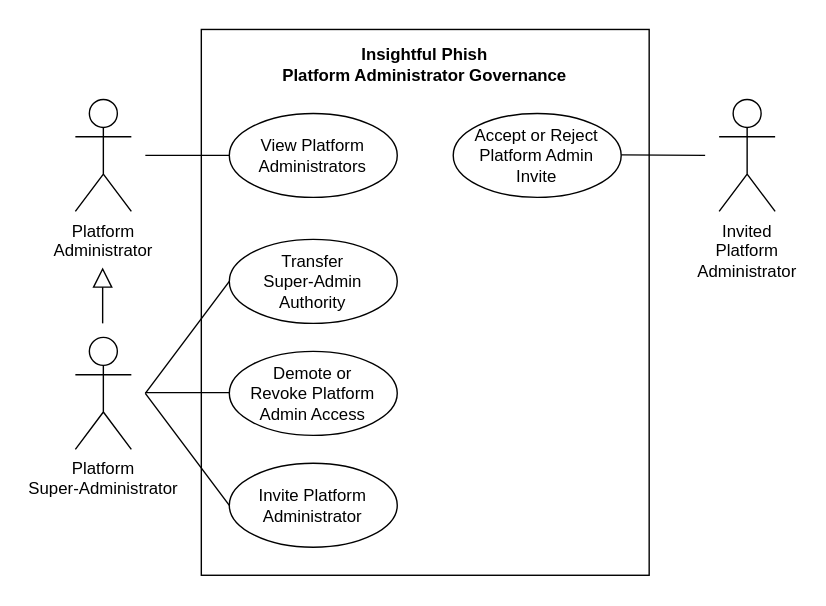
Before: docs/demo4/diagrams/srs/use-cases/platform-administrator-governance.drawio.svg, a diagram exported from draw.io (COS301-SE-2026/Cybersecurity-Awareness-Training-Platform). Source tidied: cells renumbered, new cells last; positions are measured from the earlier drawing's top-left corner, leaving out a move shared by most shapes.
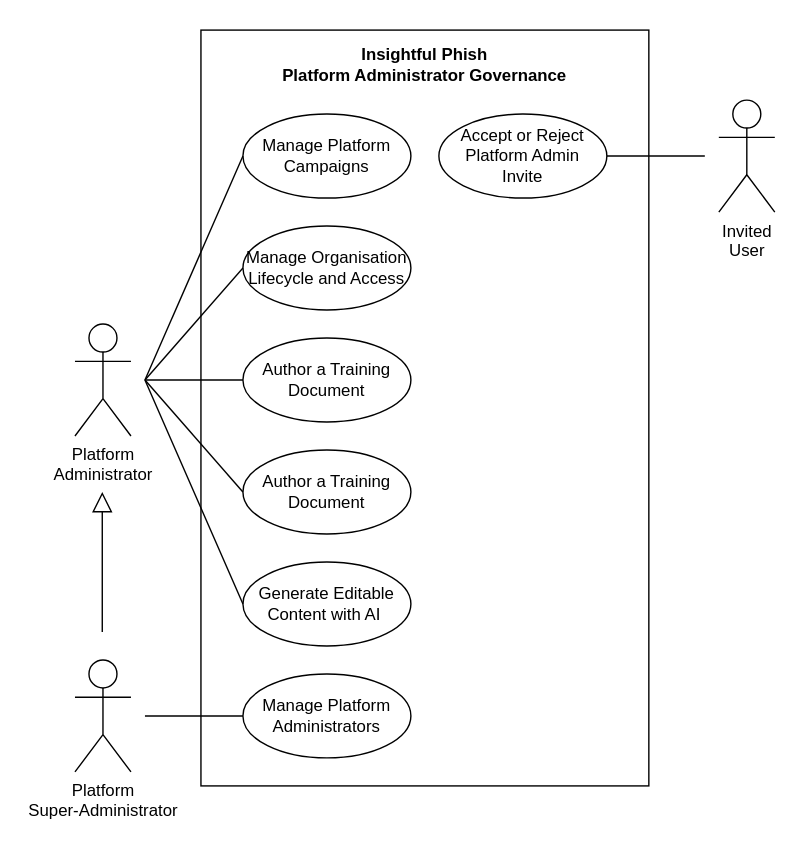
Above is the later version.

The edit, as a diff of the source:
```diff
@@ -3,67 +3,81 @@
     <mxCell id="0" />
     <mxCell id="1" parent="0" />
     <mxCell id="2" style="rounded=0;whiteSpace=wrap;html=1;fillColor=none;" parent="1" vertex="1">
-      <mxGeometry x="90" width="320" height="390" as="geometry" />
+      <mxGeometry x="90" width="320" height="540" as="geometry" />
     </mxCell>
     <mxCell id="3" value="&lt;div&gt;Platform&lt;br&gt;Administrator&lt;/div&gt;" style="shape=umlActor;verticalLabelPosition=bottom;verticalAlign=top;html=1;" parent="1" vertex="1">
-      <mxGeometry y="50" width="40" height="80" as="geometry" />
+      <mxGeometry y="210" width="40" height="80" as="geometry" />
     </mxCell>
-    <mxCell id="4" value="Transfer &lt;br&gt;Super-Admin Authority" style="ellipse;whiteSpace=wrap;html=1;" parent="1" vertex="1">
-      <mxGeometry x="110" y="150" width="120" height="60" as="geometry" />
-    </mxCell>
-    <mxCell id="5" value="View Platform Administrators" style="ellipse;whiteSpace=wrap;html=1;" parent="1" vertex="1">
-      <mxGeometry x="110" y="60" width="120" height="60" as="geometry" />
-    </mxCell>
-    <mxCell id="6" style="endArrow=none;html=1;rounded=0;entryX=0;entryY=0.5;entryDx=0;entryDy=0;" parent="1" edge="1" target="5">
-      <mxGeometry relative="1" as="geometry">
-        <mxPoint x="50" y="90" as="sourcePoint" />
-      </mxGeometry>
-    </mxCell>
     <mxCell id="7" value="&lt;p class=&quot;p1&quot;&gt;Insightful Phish&lt;br&gt;Platform Administrator Governance&lt;/p&gt;" style="text;html=1;whiteSpace=wrap;strokeColor=none;fillColor=none;align=center;verticalAlign=middle;rounded=0;fontStyle=1;" parent="1" vertex="1">
       <mxGeometry x="100" y="10" width="300" height="30" as="geometry" />
     </mxCell>
-    <mxCell id="8" value="&lt;div&gt;Invited&lt;br&gt;Platform&lt;br&gt;Administrator&lt;/div&gt;" style="shape=umlActor;verticalLabelPosition=bottom;verticalAlign=top;html=1;" parent="1" vertex="1">
+    <mxCell id="8" value="Invited&lt;br&gt;User" style="shape=umlActor;verticalLabelPosition=bottom;verticalAlign=top;html=1;" parent="1" vertex="1">
       <mxGeometry x="460" y="50" width="40" height="80" as="geometry" />
     </mxCell>
-    <mxCell id="9" style="endArrow=none;html=1;rounded=0;" parent="1" edge="1">
+    <mxCell id="9" style="endArrow=none;html=1;rounded=0;exitX=1;exitY=0.5;exitDx=0;exitDy=0;" parent="1" edge="1" source="12">
       <mxGeometry relative="1" as="geometry">
-        <mxPoint x="390" y="89.6" as="sourcePoint" />
         <mxPoint x="450" y="90" as="targetPoint" />
       </mxGeometry>
     </mxCell>
     <mxCell id="10" value="Platform&lt;br&gt;Super-Administrator" style="shape=umlActor;verticalLabelPosition=bottom;verticalAlign=top;html=1;" parent="1" vertex="1">
-      <mxGeometry y="220" width="40" height="80" as="geometry" />
+      <mxGeometry y="450" width="40" height="80" as="geometry" />
     </mxCell>
-    <mxCell id="11" value="Demote or&lt;br&gt;Revoke Platform Admin Access" style="ellipse;whiteSpace=wrap;html=1;" parent="1" vertex="1">
-      <mxGeometry x="110" y="230" width="120" height="60" as="geometry" />
-    </mxCell>
     <mxCell id="12" value="Accept or Reject Platform Admin&lt;br&gt;Invite" style="ellipse;whiteSpace=wrap;html=1;" parent="1" vertex="1">
-      <mxGeometry x="270" y="60" width="120" height="60" as="geometry" />
+      <mxGeometry x="260" y="60" width="120" height="60" as="geometry" />
     </mxCell>
-    <mxCell id="13" style="endArrow=none;html=1;rounded=0;entryX=0;entryY=0.5;entryDx=0;entryDy=0;" parent="1" edge="1">
-      <mxGeometry relative="1" as="geometry">
-        <mxPoint x="50" y="259.5" as="sourcePoint" />
-        <mxPoint x="110" y="259.5" as="targetPoint" />
-      </mxGeometry>
-    </mxCell>
-    <mxCell id="14" style="endArrow=none;html=1;rounded=0;entryX=0;entryY=0.5;entryDx=0;entryDy=0;" parent="1" edge="1" target="4">
-      <mxGeometry relative="1" as="geometry">
-        <mxPoint x="50" y="260" as="sourcePoint" />
-      </mxGeometry>
-    </mxCell>
     <mxCell id="15" style="endArrow=block;html=1;rounded=0;endFill=0;strokeWidth=1;endSize=12;" parent="1" edge="1">
       <mxGeometry relative="1" as="geometry">
-        <mxPoint x="19.5" y="210" as="sourcePoint" />
-        <mxPoint x="19.5" y="170" as="targetPoint" />
+        <mxPoint x="19.5" y="430" as="sourcePoint" />
+        <mxPoint x="19.5" y="330" as="targetPoint" />
       </mxGeometry>
     </mxCell>
-    <mxCell id="16" value="Invite Platform Administrator" style="ellipse;whiteSpace=wrap;html=1;" parent="1" vertex="1">
-      <mxGeometry x="110" y="310" width="120" height="60" as="geometry" />
-    </mxCell>
-    <mxCell id="17" style="endArrow=none;html=1;rounded=0;entryX=0;entryY=0.5;entryDx=0;entryDy=0;" parent="1" edge="1" target="16">
-      <mxGeometry relative="1" as="geometry">
-        <mxPoint x="50" y="260" as="sourcePoint" />
-      </mxGeometry>
-    </mxCell>
+    <mxCell id="18" value="Manage Platform Administrators" style="ellipse;whiteSpace=wrap;html=1;" parent="1" vertex="1">
+      <mxGeometry x="120" y="460" width="120" height="60" as="geometry" />
+    </mxCell>
+    <mxCell id="19" value="Manage Organisation Lifecycle and Access" style="ellipse;whiteSpace=wrap;html=1;" parent="1" vertex="1">
+      <mxGeometry x="120" y="140" width="120" height="60" as="geometry" />
+    </mxCell>
+    <mxCell id="20" value="Author a Training Document" style="ellipse;whiteSpace=wrap;html=1;" parent="1" vertex="1">
+      <mxGeometry x="120" y="300" width="120" height="60" as="geometry" />
+    </mxCell>
+    <mxCell id="21" value="Author a Training Document" style="ellipse;whiteSpace=wrap;html=1;" parent="1" vertex="1">
+      <mxGeometry x="120" y="220" width="120" height="60" as="geometry" />
+    </mxCell>
+    <mxCell id="22" value="Generate Editable Content with AI&amp;nbsp;" style="ellipse;whiteSpace=wrap;html=1;" parent="1" vertex="1">
+      <mxGeometry x="120" y="380" width="120" height="60" as="geometry" />
+    </mxCell>
+    <mxCell id="23" value="Manage Platform Campaigns" style="ellipse;whiteSpace=wrap;html=1;" parent="1" vertex="1">
+      <mxGeometry x="120" y="60" width="120" height="60" as="geometry" />
+    </mxCell>
+    <mxCell id="24" style="endArrow=none;html=1;rounded=0;entryX=0;entryY=0.5;entryDx=0;entryDy=0;" parent="1" edge="1" target="23">
+      <mxGeometry relative="1" as="geometry">
+        <mxPoint x="50" y="250" as="sourcePoint" />
+      </mxGeometry>
+    </mxCell>
+    <mxCell id="25" style="endArrow=none;html=1;rounded=0;entryX=0;entryY=0.5;entryDx=0;entryDy=0;" parent="1" edge="1" target="19">
+      <mxGeometry relative="1" as="geometry">
+        <mxPoint x="50" y="250" as="sourcePoint" />
+      </mxGeometry>
+    </mxCell>
+    <mxCell id="26" style="endArrow=none;html=1;rounded=0;entryX=0;entryY=0.5;entryDx=0;entryDy=0;" parent="1" edge="1" target="21">
+      <mxGeometry relative="1" as="geometry">
+        <mxPoint x="50" y="250" as="sourcePoint" />
+      </mxGeometry>
+    </mxCell>
+    <mxCell id="27" style="endArrow=none;html=1;rounded=0;entryX=0;entryY=0.5;entryDx=0;entryDy=0;" parent="1" edge="1" target="20">
+      <mxGeometry relative="1" as="geometry">
+        <mxPoint x="50" y="250" as="sourcePoint" />
+      </mxGeometry>
+    </mxCell>
+    <mxCell id="28" style="endArrow=none;html=1;rounded=0;entryX=0;entryY=0.5;entryDx=0;entryDy=0;" parent="1" edge="1" target="22">
+      <mxGeometry relative="1" as="geometry">
+        <mxPoint x="50" y="250" as="sourcePoint" />
+      </mxGeometry>
+    </mxCell>
+    <mxCell id="29" style="endArrow=none;html=1;rounded=0;exitX=0;exitY=0.5;exitDx=0;exitDy=0;" parent="1" edge="1" source="18">
+      <mxGeometry relative="1" as="geometry">
+        <mxPoint x="50" y="490" as="targetPoint" />
+      </mxGeometry>
+    </mxCell>
   </root>
 </mxGraphModel>
```
